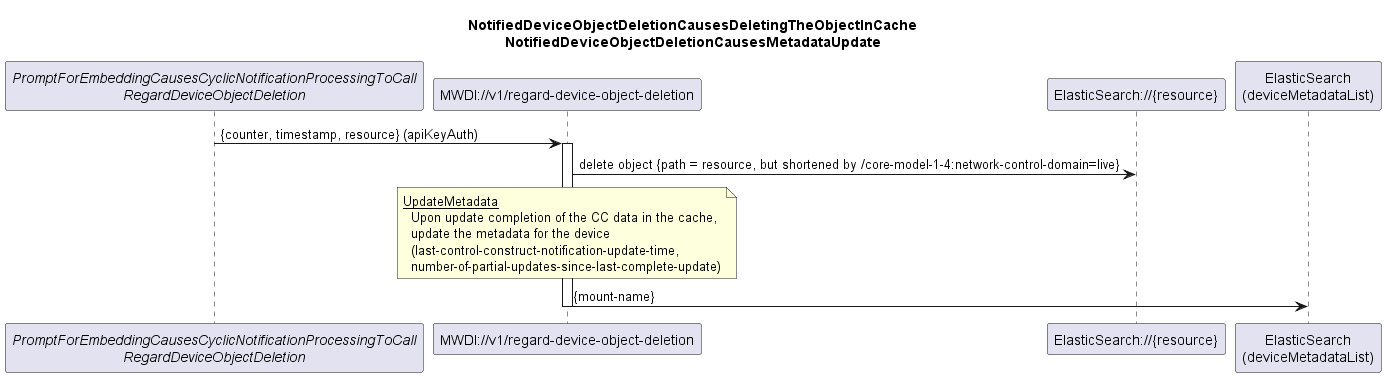
openBackhaul/MicroWaveDeviceInventory keeps this PlantUML diagram as spec/diagrams/026_NotificationBasedObjectDeletion.png. Above is the earlier version.
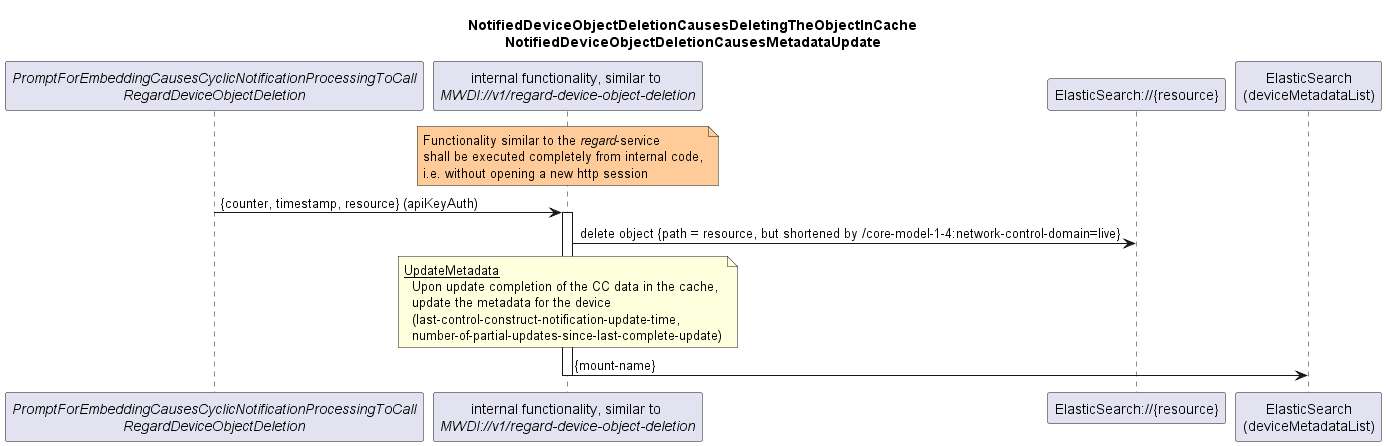
After the change.

What changed in the source:
```diff
@@ -7,9 +7,15 @@
 end title
 
 participant "<i>PromptForEmbeddingCausesCyclicNotificationProcessingToCall</i>\n<i>RegardDeviceObjectDeletion</i>" as init
-participant "MWDI://v1/regard-device-object-deletion" as regardObjectDeletion
+participant "internal functionality, similar to \n<i>MWDI://v1/regard-device-object-deletion</i>" as regardObjectDeletion
 participant "ElasticSearch://{resource}" as es
 participant "ElasticSearch\n(deviceMetadataList)" as mtab
+
+note over regardObjectDeletion #ffcc99
+  Functionality similar to the <i>regard</i>-service
+  shall be executed completely from internal code,
+  i.e. without opening a new http session
+end note
 
 init -> regardObjectDeletion: {counter, timestamp, resource} (apiKeyAuth)
 
```
